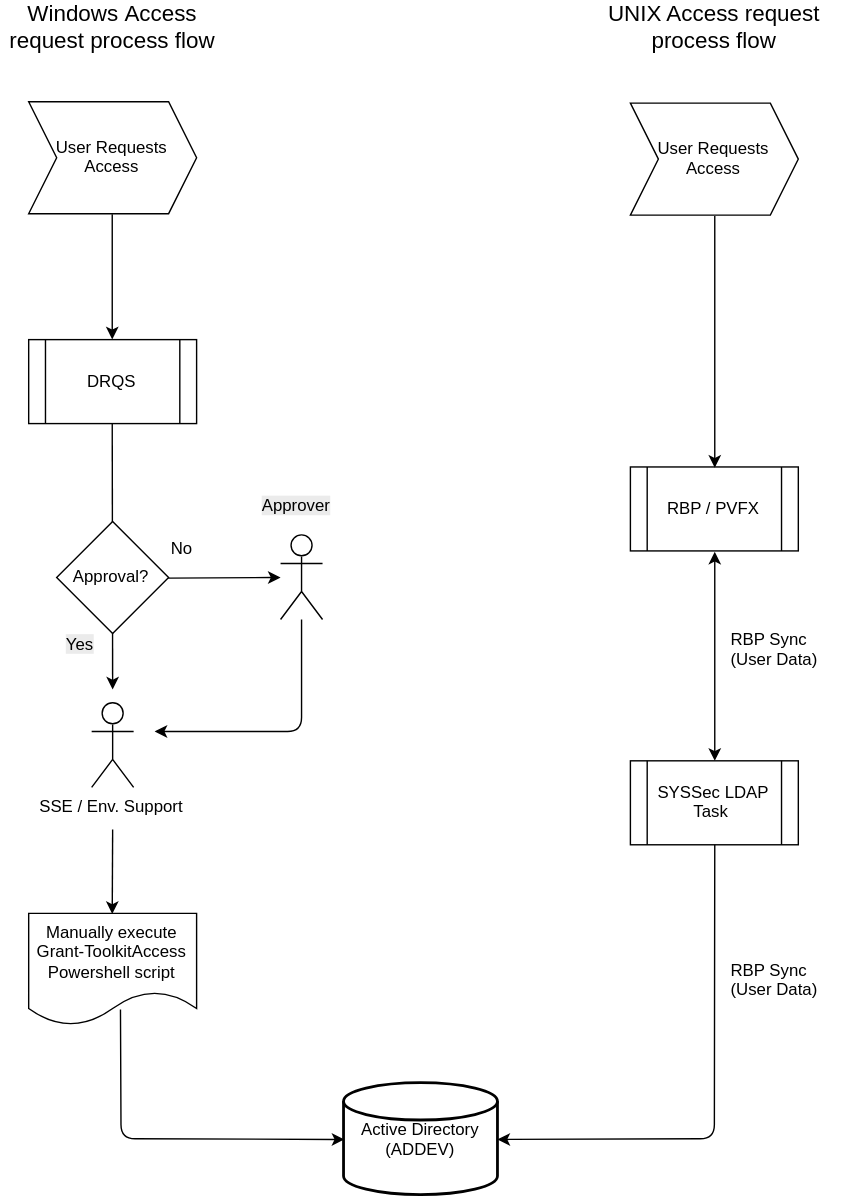
Above: Access Request Workflow.svg in abmoham/chef-repo (draw.io), before the change. Source tidied: cells renumbered, new cells last; positions are measured from the earlier drawing's top-left corner, leaving out a move shared by most shapes. Source of this version:
```xml
<mxGraphModel background="#ffffff">
  <root>
    <mxCell id="0" />
    <mxCell id="1" parent="0" />
    <mxCell id="2" value="User Requests Access" style="shape=step;perimeter=stepPerimeter;whiteSpace=wrap;html=1;fixedSize=1;" parent="1" vertex="1">
      <mxGeometry x="450" y="70" width="120" height="80" as="geometry" />
    </mxCell>
    <mxCell id="3" value="User Requests Access" style="shape=step;perimeter=stepPerimeter;whiteSpace=wrap;html=1;fixedSize=1;" parent="1" vertex="1">
      <mxGeometry x="20" y="69" width="120" height="80" as="geometry" />
    </mxCell>
    <mxCell id="4" value="RBP / PVFX" style="shape=process;whiteSpace=wrap;html=1;" parent="1" vertex="1">
      <mxGeometry x="450" y="330" width="120" height="60" as="geometry" />
    </mxCell>
    <mxCell id="5" value="DRQS" style="shape=process;whiteSpace=wrap;html=1;" parent="1" vertex="1">
      <mxGeometry x="20" y="239" width="120" height="60" as="geometry" />
    </mxCell>
    <mxCell id="6" value="SYSSec LDAP Task&amp;nbsp;" style="shape=process;whiteSpace=wrap;html=1;" parent="1" vertex="1">
      <mxGeometry x="450" y="540" width="120" height="60" as="geometry" />
    </mxCell>
    <mxCell id="7" style="endArrow=classic;startArrow=classic;html=1;entryX=0.5;entryY=1;exitX=0.5;exitY=0;" parent="1" edge="1" source="6" target="4">
      <mxGeometry relative="1" as="geometry" />
    </mxCell>
    <mxCell id="8" value="RBP Sync&lt;br&gt;(User Data)" style="text;html=1;align=left;verticalAlign=top;spacingTop=-4;" parent="1" vertex="1">
      <mxGeometry x="520" y="444" width="80" height="30" as="geometry" />
    </mxCell>
    <mxCell id="9" style="endArrow=classic;html=1;exitX=0.5;exitY=1;entryX=1;entryY=0.5;entryPerimeter=0;" parent="1" edge="1" source="6" target="12">
      <mxGeometry relative="1" as="geometry">
        <Array as="points">
          <mxPoint x="510" y="810" />
        </Array>
      </mxGeometry>
    </mxCell>
    <mxCell id="10" style="endArrow=classic;html=1;entryX=0.5;entryY=0;exitX=0.5;exitY=1;" parent="1" edge="1" source="2" target="4">
      <mxGeometry relative="1" as="geometry" />
    </mxCell>
    <mxCell id="11" value="SSE / Env. Support&lt;br&gt;&lt;br&gt;" style="shape=umlActor;verticalLabelPosition=bottom;labelBackgroundColor=#ffffff;verticalAlign=top;html=1;outlineConnect=0;" parent="1" vertex="1">
      <mxGeometry x="65" y="499" width="30" height="60" as="geometry" />
    </mxCell>
    <mxCell id="12" value="Active Directory (ADDEV)" style="strokeWidth=2;html=1;shape=mxgraph.flowchart.database;whiteSpace=wrap;" parent="1" vertex="1">
      <mxGeometry x="245" y="770" width="110" height="80" as="geometry" />
    </mxCell>
    <mxCell id="13" value="RBP Sync&lt;br&gt;(User Data)" style="text;html=1;align=left;verticalAlign=top;spacingTop=-4;" parent="1" vertex="1">
      <mxGeometry x="520" y="680" width="80" height="30" as="geometry" />
    </mxCell>
    <mxCell id="14" style="shape=umlActor;verticalLabelPosition=bottom;labelBackgroundColor=#ffffff;verticalAlign=top;html=1;outlineConnect=0;" parent="1" vertex="1">
      <mxGeometry x="200" y="379" width="30" height="60" as="geometry" />
    </mxCell>
    <mxCell id="15" style="edgeStyle=orthogonalEdgeStyle;rounded=0;html=1;exitX=0.5;exitY=0.5;exitPerimeter=0;entryX=0.5;entryY=0.5;entryPerimeter=0;jettySize=auto;orthogonalLoop=1;" parent="1" edge="1" source="11" target="11">
      <mxGeometry relative="1" as="geometry" />
    </mxCell>
    <mxCell id="16" style="endArrow=classic;html=1;entryX=0.5;entryY=0;exitX=0.5;exitY=1;" parent="1" edge="1" source="3" target="5">
      <mxGeometry relative="1" as="geometry" />
    </mxCell>
    <mxCell id="17" style="endArrow=classic;html=1;exitX=0.5;exitY=1;" parent="1" edge="1" source="5">
      <mxGeometry relative="1" as="geometry">
        <mxPoint x="80" y="489" as="targetPoint" />
      </mxGeometry>
    </mxCell>
    <mxCell id="18" style="edgeStyle=orthogonalEdgeStyle;rounded=0;html=1;exitX=0.5;exitY=0.5;exitPerimeter=0;entryX=0.5;entryY=0.5;entryPerimeter=0;jettySize=auto;orthogonalLoop=1;" parent="1" edge="1" source="14" target="14">
      <mxGeometry relative="1" as="geometry" />
    </mxCell>
    <mxCell id="19" style="rhombus;whiteSpace=wrap;html=1;" parent="1" vertex="1">
      <mxGeometry x="40" y="369" width="80" height="80" as="geometry" />
    </mxCell>
    <mxCell id="20" value="Approval?" style="text;html=1;align=left;verticalAlign=top;spacingTop=-4;" parent="1" vertex="1">
      <mxGeometry x="50" y="399" width="70" height="20" as="geometry" />
    </mxCell>
    <mxCell id="21" value="No" style="text;html=1;align=left;verticalAlign=top;spacingTop=-4;" parent="1" vertex="1">
      <mxGeometry x="120" y="379" width="30" height="20" as="geometry" />
    </mxCell>
    <mxCell id="22" value="&lt;span style=&quot;color: rgb(0 , 0 , 0) ; font-family: &amp;#34;helvetica&amp;#34; ; font-size: 12px ; font-style: normal ; font-weight: 400 ; letter-spacing: normal ; text-align: left ; text-indent: 0px ; text-transform: none ; white-space: nowrap ; word-spacing: 0px ; background-color: rgb(235 , 235 , 235) ; display: inline ; float: none&quot;&gt;Yes&lt;br&gt;&lt;/span&gt;" style="text;html=1;" parent="1" vertex="1">
      <mxGeometry x="45" y="443" width="50" height="30" as="geometry" />
    </mxCell>
    <mxCell id="23" style="endArrow=classic;html=1;exitX=1;exitY=0.5;" parent="1" edge="1" source="19">
      <mxGeometry relative="1" as="geometry">
        <mxPoint x="200" y="409" as="targetPoint" />
      </mxGeometry>
    </mxCell>
    <mxCell id="24" style="endArrow=classic;html=1;" parent="1" edge="1" source="14">
      <mxGeometry relative="1" as="geometry">
        <mxPoint x="110" y="519" as="targetPoint" />
        <Array as="points">
          <mxPoint x="215" y="519" />
        </Array>
      </mxGeometry>
    </mxCell>
    <mxCell id="25" value="&lt;span style=&quot;color: rgb(0, 0, 0); font-family: Helvetica; font-size: 12px; font-style: normal; font-variant-ligatures: normal; font-variant-caps: normal; font-weight: 400; letter-spacing: normal; orphans: 2; text-align: center; text-indent: 0px; text-transform: none; white-space: nowrap; widows: 2; word-spacing: 0px; -webkit-text-stroke-width: 0px; background-color: rgb(235, 235, 235); text-decoration-style: initial; text-decoration-color: initial; display: inline !important; float: none;&quot;&gt;Approver&lt;/span&gt;" style="text;html=1;" parent="1" vertex="1">
      <mxGeometry x="185" y="344" width="70" height="30" as="geometry" />
    </mxCell>
    <mxCell id="26" value="Manually execute Grant-ToolkitAccess Powershell script" style="shape=document;whiteSpace=wrap;html=1;boundedLbl=1;" parent="1" vertex="1">
      <mxGeometry x="20" y="649" width="120" height="80" as="geometry" />
    </mxCell>
    <mxCell id="27" style="endArrow=classic;html=1;entryX=0.5;entryY=0;" parent="1" edge="1" target="26">
      <mxGeometry relative="1" as="geometry">
        <mxPoint x="80" y="589" as="sourcePoint" />
      </mxGeometry>
    </mxCell>
    <mxCell id="28" style="endArrow=classic;html=1;exitX=0.545;exitY=0.857;exitPerimeter=0;entryX=0;entryY=0.5;entryPerimeter=0;" parent="1" edge="1" source="26" target="12">
      <mxGeometry relative="1" as="geometry">
        <Array as="points">
          <mxPoint x="86" y="810" />
        </Array>
      </mxGeometry>
    </mxCell>
    <mxCell id="29" value="&lt;font style=&quot;font-size: 16px&quot;&gt;UNIX Access request process flow&lt;/font&gt;&lt;br&gt;" style="text;html=1;strokeColor=none;fillColor=none;align=center;verticalAlign=middle;whiteSpace=wrap;rounded=0;" parent="1" vertex="1">
      <mxGeometry x="430" width="160" height="30" as="geometry" />
    </mxCell>
    <mxCell id="30" value="&lt;font style=&quot;font-size: 16px&quot;&gt;Windows&amp;nbsp;Access request process flow&lt;/font&gt;&lt;br&gt;" style="text;html=1;strokeColor=none;fillColor=none;align=center;verticalAlign=middle;whiteSpace=wrap;rounded=0;" parent="1" vertex="1">
      <mxGeometry width="160" height="30" as="geometry" />
    </mxCell>
  </root>
</mxGraphModel>
```
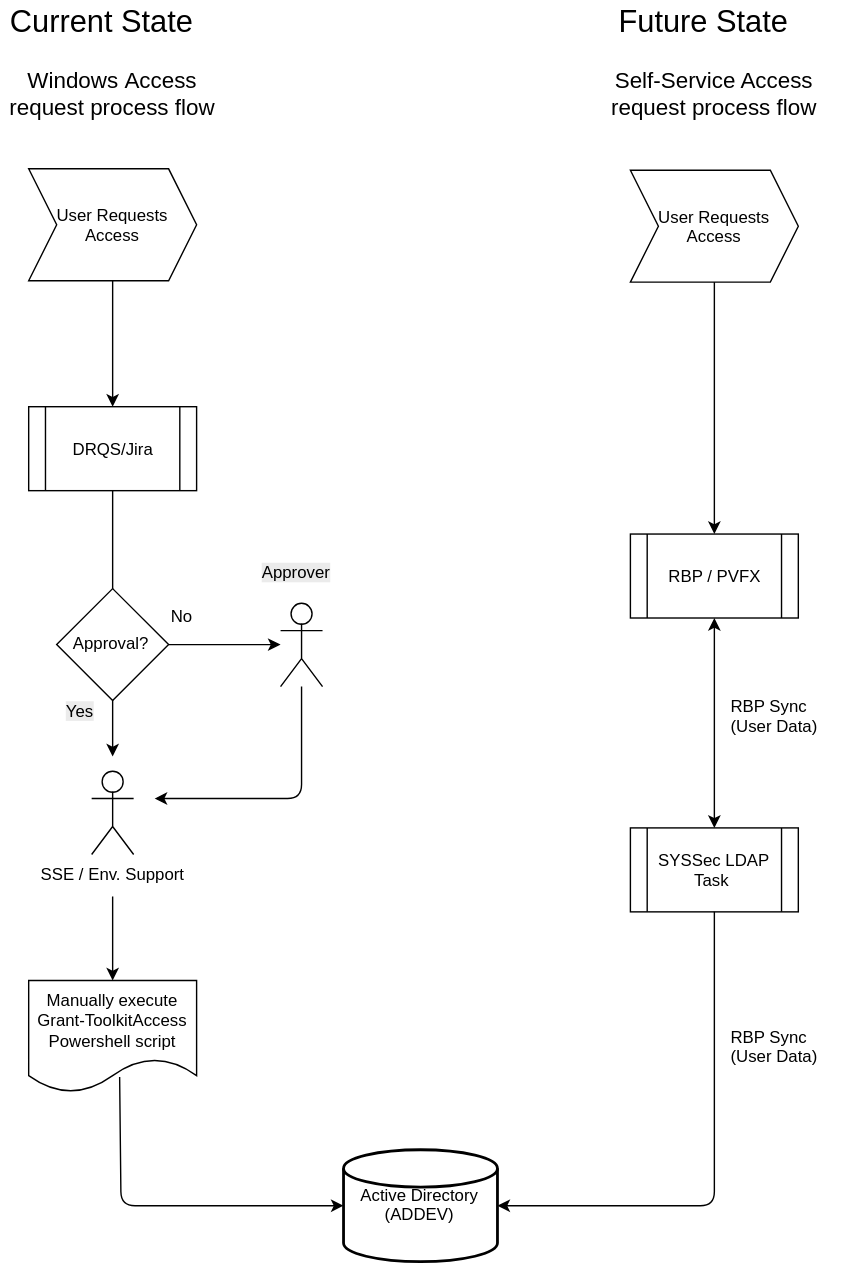
After the commit.

Diff of the diagram source:
```diff
@@ -11,7 +11,7 @@
     <mxCell id="4" value="RBP / PVFX" style="shape=process;whiteSpace=wrap;html=1;" parent="1" vertex="1">
       <mxGeometry x="450" y="330" width="120" height="60" as="geometry" />
     </mxCell>
-    <mxCell id="5" value="DRQS" style="shape=process;whiteSpace=wrap;html=1;" parent="1" vertex="1">
+    <mxCell id="5" value="DRQS/Jira" style="shape=process;whiteSpace=wrap;html=1;" parent="1" vertex="1">
       <mxGeometry x="20" y="239" width="120" height="60" as="geometry" />
     </mxCell>
     <mxCell id="6" value="SYSSec LDAP Task&amp;nbsp;" style="shape=process;whiteSpace=wrap;html=1;" parent="1" vertex="1">
@@ -102,11 +102,17 @@
         </Array>
       </mxGeometry>
     </mxCell>
-    <mxCell id="29" value="&lt;font style=&quot;font-size: 16px&quot;&gt;UNIX Access request process flow&lt;/font&gt;&lt;br&gt;" style="text;html=1;strokeColor=none;fillColor=none;align=center;verticalAlign=middle;whiteSpace=wrap;rounded=0;" parent="1" vertex="1">
+    <mxCell id="29" value="&lt;font style=&quot;font-size: 16px&quot;&gt;Self-Service Access request process flow&lt;/font&gt;&lt;br&gt;" style="text;html=1;strokeColor=none;fillColor=none;align=center;verticalAlign=middle;whiteSpace=wrap;rounded=0;" parent="1" vertex="1">
       <mxGeometry x="430" width="160" height="30" as="geometry" />
     </mxCell>
     <mxCell id="30" value="&lt;font style=&quot;font-size: 16px&quot;&gt;Windows&amp;nbsp;Access request process flow&lt;/font&gt;&lt;br&gt;" style="text;html=1;strokeColor=none;fillColor=none;align=center;verticalAlign=middle;whiteSpace=wrap;rounded=0;" parent="1" vertex="1">
       <mxGeometry width="160" height="30" as="geometry" />
     </mxCell>
+    <mxCell id="31" value="&lt;font style=&quot;font-size: 22px&quot;&gt;Current State&lt;/font&gt;" style="text;html=1;align=left;verticalAlign=top;spacingTop=-4;" parent="1" vertex="1">
+      <mxGeometry x="5" y="-51" width="150" height="20" as="geometry" />
+    </mxCell>
+    <mxCell id="32" value="&lt;font style=&quot;font-size: 22px&quot;&gt;Future State&lt;/font&gt;" style="text;html=1;align=left;verticalAlign=top;spacingTop=-4;" parent="1" vertex="1">
+      <mxGeometry x="440" y="-51" width="140" height="20" as="geometry" />
+    </mxCell>
   </root>
 </mxGraphModel>
```
